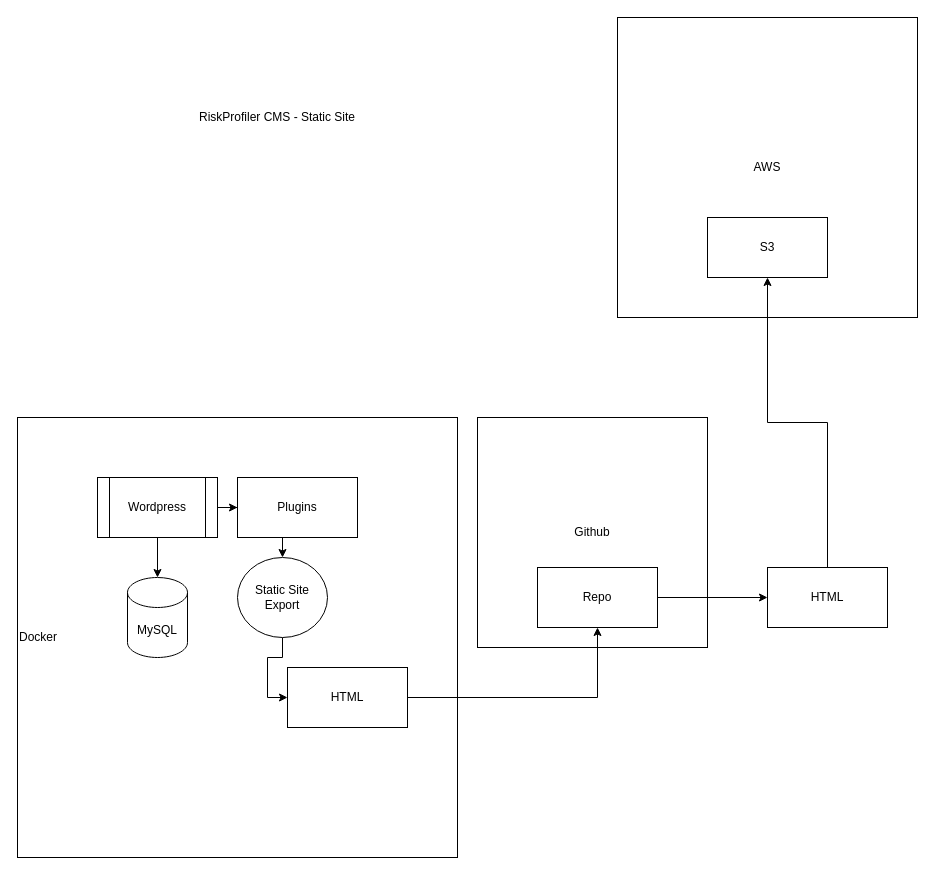
Above: page "Page-1" (1 of 2) of docs/riskprofiler-cms.drawio in OpenDRR/riskprofiler (draw.io), before the change. Source tidied: cells renumbered, new cells numbered last; positions are measured from the earlier drawing's top-left corner, leaving out a move shared by most shapes. Both pictures are drawn from the tidied source at 100%, with x=0, y=0 at pixel (17, 17).
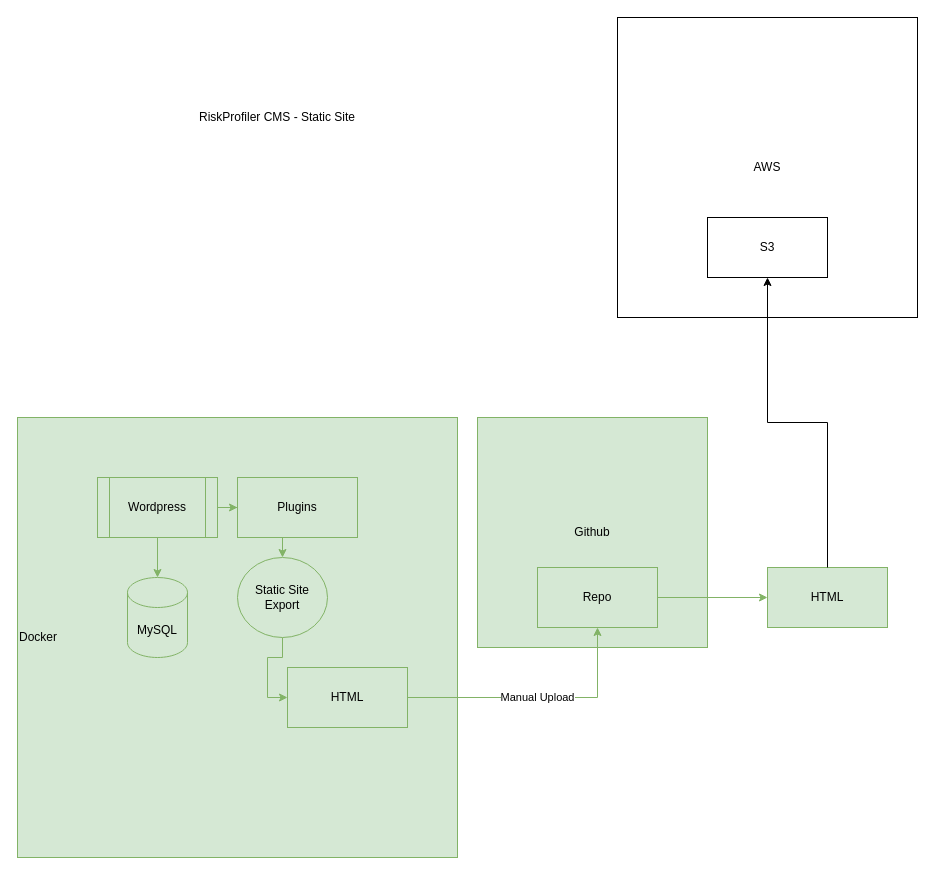
The same page after the edit.

Commit message (it also covers changes not shown here):
Wp cli phpadmin mysql (#5)

* Initial configuration that enables the simply-static plugin

* Attempting GitHub Pages deployment

* Moving site files to /docs

* Trying local build settings

* Update riskprofiler-cms.drawio

What changed in the source:
```diff
@@
-    <mxCell id="2" value="Docker" style="whiteSpace=wrap;html=1;align=left;" parent="1" vertex="1">
+    <mxCell id="2" value="Docker" style="whiteSpace=wrap;html=1;align=left;fillColor=#d5e8d4;strokeColor=#82b366;" parent="1" vertex="1">
       <mxGeometry y="400" width="440" height="440" as="geometry" />
     </mxCell>
-    <mxCell id="3" style="edgeStyle=orthogonalEdgeStyle;rounded=0;jettySize=auto;html=1;entryX=0.5;entryY=0;entryDx=0;entryDy=0;entryPerimeter=0;" parent="1" edge="1" source="5" target="6">
+    <mxCell id="3" style="edgeStyle=orthogonalEdgeStyle;rounded=0;jettySize=auto;html=1;entryX=0.5;entryY=0;entryDx=0;entryDy=0;entryPerimeter=0;fillColor=#d5e8d4;strokeColor=#82b366;" parent="1" edge="1" source="5" target="6">
       <mxGeometry relative="1" as="geometry" />
     </mxCell>
-    <mxCell id="4" style="edgeStyle=orthogonalEdgeStyle;rounded=0;jettySize=auto;html=1;" parent="1" edge="1" source="5" target="8">
+    <mxCell id="4" style="edgeStyle=orthogonalEdgeStyle;rounded=0;jettySize=auto;html=1;fillColor=#d5e8d4;strokeColor=#82b366;" parent="1" edge="1" source="5" target="8">
       <mxGeometry relative="1" as="geometry" />
     </mxCell>
-    <mxCell id="5" value="Wordpress" style="shape=process;whiteSpace=wrap;html=1;backgroundOutline=1;" parent="1" vertex="1">
+    <mxCell id="5" value="Wordpress" style="shape=process;whiteSpace=wrap;html=1;backgroundOutline=1;fillColor=#d5e8d4;strokeColor=#82b366;" parent="1" vertex="1">
       <mxGeometry x="80" y="460" width="120" height="60" as="geometry" />
     </mxCell>
-    <mxCell id="6" value="MySQL" style="shape=cylinder3;whiteSpace=wrap;html=1;boundedLbl=1;backgroundOutline=1;size=15;" parent="1" vertex="1">
+    <mxCell id="6" value="MySQL" style="shape=cylinder3;whiteSpace=wrap;html=1;boundedLbl=1;backgroundOutline=1;size=15;fillColor=#d5e8d4;strokeColor=#82b366;" parent="1" vertex="1">
       <mxGeometry x="110" y="560" width="60" height="80" as="geometry" />
     </mxCell>
-    <mxCell id="7" style="edgeStyle=orthogonalEdgeStyle;rounded=0;jettySize=auto;html=1;exitX=0.5;exitY=1;exitDx=0;exitDy=0;entryX=0.5;entryY=0;entryDx=0;entryDy=0;" parent="1" edge="1" source="8" target="10">
+    <mxCell id="7" style="edgeStyle=orthogonalEdgeStyle;rounded=0;jettySize=auto;html=1;exitX=0.5;exitY=1;exitDx=0;exitDy=0;entryX=0.5;entryY=0;entryDx=0;entryDy=0;fillColor=#d5e8d4;strokeColor=#82b366;" parent="1" edge="1" source="8" target="10">
       <mxGeometry relative="1" as="geometry" />
     </mxCell>
-    <mxCell id="8" value="Plugins" style="rounded=0;whiteSpace=wrap;html=1;" parent="1" vertex="1">
+    <mxCell id="8" value="Plugins" style="rounded=0;whiteSpace=wrap;html=1;fillColor=#d5e8d4;strokeColor=#82b366;" parent="1" vertex="1">
       <mxGeometry x="220" y="460" width="120" height="60" as="geometry" />
     </mxCell>
-    <mxCell id="9" style="edgeStyle=orthogonalEdgeStyle;rounded=0;jettySize=auto;html=1;entryX=0;entryY=0.5;entryDx=0;entryDy=0;" parent="1" edge="1" source="10" target="15">
+    <mxCell id="9" style="edgeStyle=orthogonalEdgeStyle;rounded=0;jettySize=auto;html=1;entryX=0;entryY=0.5;entryDx=0;entryDy=0;fillColor=#d5e8d4;strokeColor=#82b366;" parent="1" edge="1" source="10" target="15">
       <mxGeometry relative="1" as="geometry" />
     </mxCell>
-    <mxCell id="10" value="Static Site Export" style="ellipse;whiteSpace=wrap;html=1;" parent="1" vertex="1">
+    <mxCell id="10" value="Static Site Export" style="ellipse;whiteSpace=wrap;html=1;fillColor=#d5e8d4;strokeColor=#82b366;" parent="1" vertex="1">
       <mxGeometry x="220" y="540" width="90" height="80" as="geometry" />
     </mxCell>
-    <mxCell id="11" value="Github" style="whiteSpace=wrap;html=1;" parent="1" vertex="1">
+    <mxCell id="11" value="Github" style="whiteSpace=wrap;html=1;fillColor=#d5e8d4;strokeColor=#82b366;" parent="1" vertex="1">
       <mxGeometry x="460" y="400" width="230" height="230" as="geometry" />
     </mxCell>
-    <mxCell id="12" style="edgeStyle=orthogonalEdgeStyle;rounded=0;jettySize=auto;html=1;entryX=0;entryY=0.5;entryDx=0;entryDy=0;" parent="1" edge="1" source="13" target="16">
+    <mxCell id="12" style="edgeStyle=orthogonalEdgeStyle;rounded=0;jettySize=auto;html=1;entryX=0;entryY=0.5;entryDx=0;entryDy=0;fillColor=#d5e8d4;strokeColor=#82b366;" parent="1" edge="1" source="13" target="16">
       <mxGeometry relative="1" as="geometry" />
     </mxCell>
-    <mxCell id="13" value="Repo" style="rounded=0;whiteSpace=wrap;html=1;" parent="1" vertex="1">
+    <mxCell id="13" value="Repo" style="rounded=0;whiteSpace=wrap;html=1;fillColor=#d5e8d4;strokeColor=#82b366;" parent="1" vertex="1">
       <mxGeometry x="520" y="550" width="120" height="60" as="geometry" />
     </mxCell>
-    <mxCell id="14" style="edgeStyle=orthogonalEdgeStyle;rounded=0;jettySize=auto;html=1;" parent="1" edge="1" source="15" target="13">
+    <mxCell id="14" value="Manual Upload" style="edgeStyle=orthogonalEdgeStyle;rounded=0;jettySize=auto;html=1;fillColor=#d5e8d4;strokeColor=#82b366;" parent="1" edge="1" source="15" target="13">
       <mxGeometry relative="1" as="geometry" />
     </mxCell>
-    <mxCell id="15" value="HTML" style="rounded=0;whiteSpace=wrap;html=1;" parent="1" vertex="1">
+    <mxCell id="15" value="HTML" style="rounded=0;whiteSpace=wrap;html=1;fillColor=#d5e8d4;strokeColor=#82b366;" parent="1" vertex="1">
       <mxGeometry x="270" y="650" width="120" height="60" as="geometry" />
     </mxCell>
-    <mxCell id="16" value="HTML" style="rounded=0;whiteSpace=wrap;html=1;" parent="1" vertex="1">
+    <mxCell id="16" value="HTML" style="rounded=0;whiteSpace=wrap;html=1;fillColor=#d5e8d4;strokeColor=#82b366;" parent="1" vertex="1">
       <mxGeometry x="750" y="550" width="120" height="60" as="geometry" />
     </mxCell>
```
